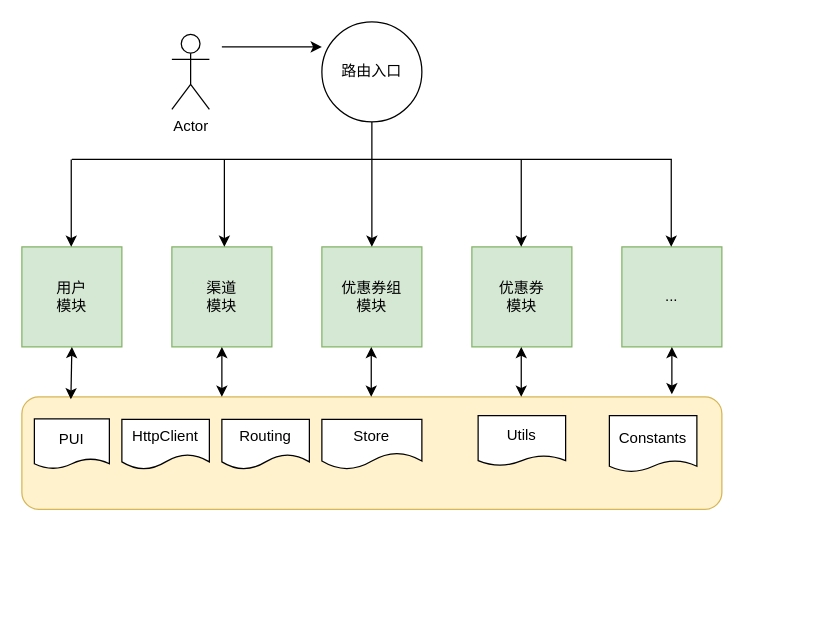
lilugirl/3d-card-effect keeps this draw.io diagram as Untitled Diagram.drawio. Above is the earlier version. Source tidied: cells renumbered, new cells numbered last; positions are measured from the earlier drawing's top-left corner, leaving out a move shared by most shapes. Both pictures are drawn from the tidied source at 125%, with x=0, y=0 at pixel (21, 21).
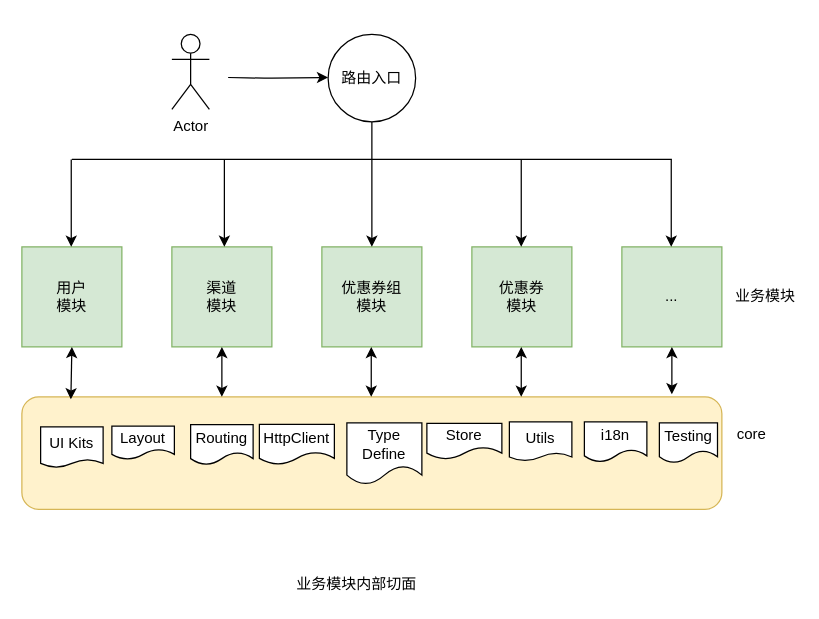
After the change.

Diff of the diagram source:
```diff
@@
     <mxCell id="4" value="路由入口" style="ellipse;whiteSpace=wrap;html=1;" parent="1" vertex="1">
-      <mxGeometry x="240" width="80" height="80" as="geometry" />
+      <mxGeometry x="245" y="10" width="70" height="70" as="geometry" />
     </mxCell>
@@
     <mxCell id="17" value="HttpClient" style="shape=document;whiteSpace=wrap;html=1;boundedLbl=1;" parent="1" vertex="1">
-      <mxGeometry x="80" y="318" width="70" height="40" as="geometry" />
+      <mxGeometry x="190" y="322" width="60" height="32" as="geometry" />
     </mxCell>
     <mxCell id="18" value="Store" style="shape=document;whiteSpace=wrap;html=1;boundedLbl=1;size=0.3333333333333333;" parent="1" vertex="1">
-      <mxGeometry x="240" y="318" width="80" height="40" as="geometry" />
+      <mxGeometry x="324" y="321.2" width="60" height="28.6" as="geometry" />
     </mxCell>
     <mxCell id="19" value="Routing" style="shape=document;whiteSpace=wrap;html=1;boundedLbl=1;" parent="1" vertex="1">
-      <mxGeometry x="160" y="318" width="70" height="40" as="geometry" />
+      <mxGeometry x="135" y="322.2" width="50" height="32" as="geometry" />
     </mxCell>
     <mxCell id="20" style="endArrow=classic;html=1;" parent="1" edge="1">
       <mxGeometry relative="1" as="geometry">
-        <mxPoint x="160" y="20" as="sourcePoint" />
-        <mxPoint x="240" y="20" as="targetPoint" />
+        <mxPoint x="165" y="44.5" as="sourcePoint" />
+        <mxPoint x="245" y="44.5" as="targetPoint" />
+        <Array as="points">
+          <mxPoint x="190" y="45" />
+        </Array>
       </mxGeometry>
     </mxCell>
     <mxCell id="21" value="Utils" style="shape=document;whiteSpace=wrap;html=1;boundedLbl=1;size=0.2;" parent="1" vertex="1">
-      <mxGeometry x="365" y="315" width="70" height="40" as="geometry" />
+      <mxGeometry x="390" y="320" width="50" height="31.2" as="geometry" />
     </mxCell>
-    <mxCell id="22" value="Constants" style="shape=document;whiteSpace=wrap;html=1;boundedLbl=1;size=0.2;" parent="1" vertex="1">
-      <mxGeometry x="470" y="315" width="70" height="45" as="geometry" />
-    </mxCell>
-    <mxCell id="23" value="PUI" style="shape=document;whiteSpace=wrap;html=1;boundedLbl=1;size=0.2;" parent="1" vertex="1">
-      <mxGeometry x="10" y="317.5" width="60" height="40" as="geometry" />
+    <mxCell id="23" value="UI Kits" style="shape=document;whiteSpace=wrap;html=1;boundedLbl=1;size=0.2;" parent="1" vertex="1">
+      <mxGeometry x="15" y="324" width="50" height="32.5" as="geometry" />
     </mxCell>
@@
+    <mxCell id="29" value="i18n" style="shape=document;whiteSpace=wrap;html=1;boundedLbl=1;" parent="1" vertex="1">
+      <mxGeometry x="450" y="320" width="50" height="32" as="geometry" />
+    </mxCell>
+    <mxCell id="30" value="Testing" style="shape=document;whiteSpace=wrap;html=1;boundedLbl=1;" parent="1" vertex="1">
+      <mxGeometry x="510" y="320.7" width="46.5" height="32" as="geometry" />
+    </mxCell>
+    <mxCell id="31" value="Layout" style="shape=document;whiteSpace=wrap;html=1;boundedLbl=1;" parent="1" vertex="1">
+      <mxGeometry x="72" y="323.4" width="50" height="26.6" as="geometry" />
+    </mxCell>
+    <mxCell id="32" value="业务模块" style="text;html=1;strokeColor=none;fillColor=none;align=center;verticalAlign=middle;whiteSpace=wrap;rounded=0;" parent="1" vertex="1">
+      <mxGeometry x="570" y="210" width="50" height="20" as="geometry" />
+    </mxCell>
+    <mxCell id="33" value="core" style="text;html=1;strokeColor=none;fillColor=none;align=center;verticalAlign=middle;whiteSpace=wrap;rounded=0;" parent="1" vertex="1">
+      <mxGeometry x="559" y="320" width="50" height="20" as="geometry" />
+    </mxCell>
+    <mxCell id="34" value="业务模块内部切面" style="text;html=1;strokeColor=none;fillColor=none;align=center;verticalAlign=middle;whiteSpace=wrap;rounded=0;" parent="1" vertex="1">
+      <mxGeometry x="200" y="440" width="135.8" height="20" as="geometry" />
+    </mxCell>
+    <mxCell id="35" value="Type Define" style="shape=document;whiteSpace=wrap;html=1;boundedLbl=1;" parent="1" vertex="1">
+      <mxGeometry x="260" y="320.7" width="60" height="49.3" as="geometry" />
+    </mxCell>
```
